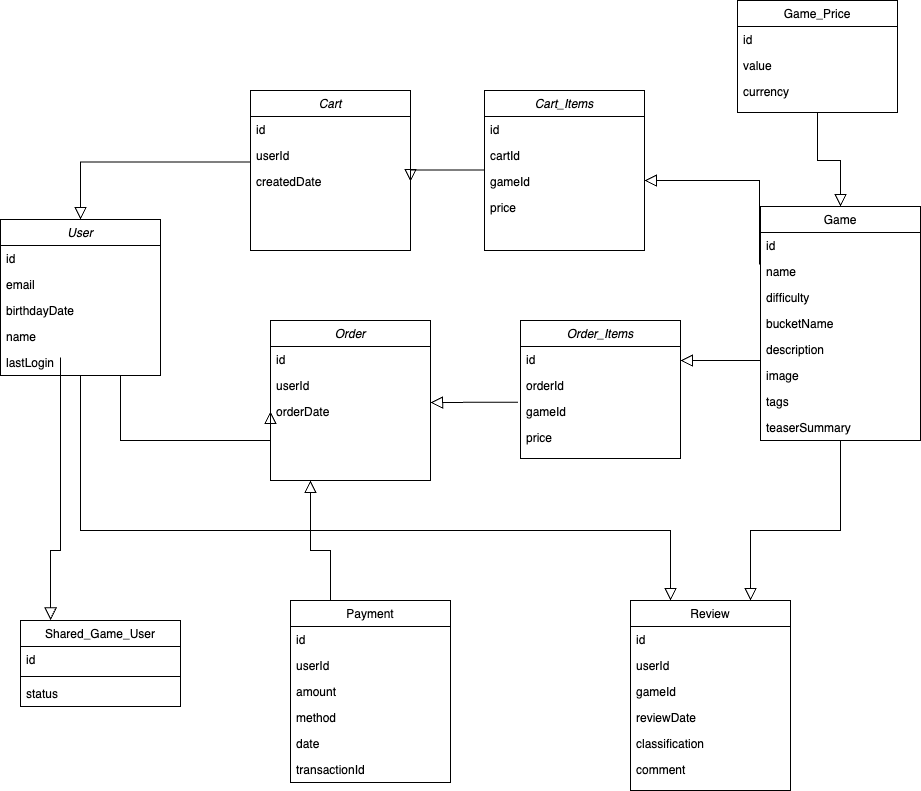
Above: main_db.drawio.png in tomasferreiradesa/desarquivados-platform-db-schema (draw.io), before the change. Source tidied: cells renumbered, new cells last; positions are measured from the earlier drawing's top-left corner, leaving out a move shared by most shapes.
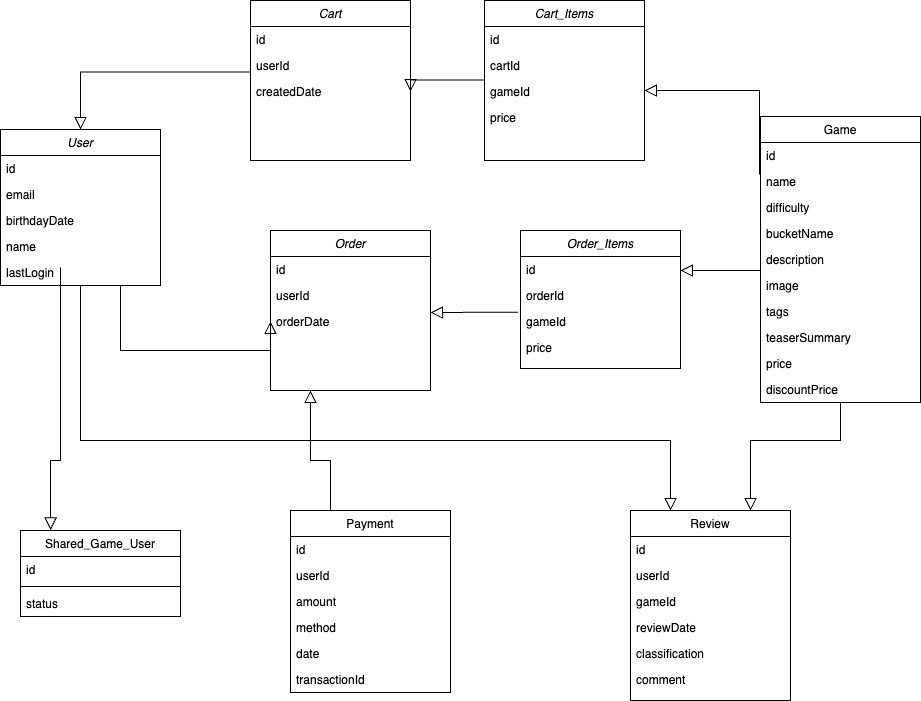
The same diagram one commit later.

Change to the diagram source:
```diff
@@ -43,7 +43,7 @@
       </mxGeometry>
     </mxCell>
     <mxCell id="14" value="Game" style="swimlane;fontStyle=0;align=center;verticalAlign=top;horizontal=1;startSize=26;rounded=0;shadow=0;strokeWidth=1;" parent="1" vertex="1">
-      <mxGeometry x="760" y="206" width="160" height="234" as="geometry" />
+      <mxGeometry x="760" y="206" width="160" height="286" as="geometry" />
     </mxCell>
     <mxCell id="15" value="id" style="text;align=left;verticalAlign=top;spacingLeft=4;spacingRight=4;overflow=hidden;" parent="14" vertex="1">
       <mxGeometry y="26" width="160" height="26" as="geometry" />
@@ -69,18 +69,12 @@
     <mxCell id="22" value="teaserSummary" style="text;align=left;verticalAlign=top;spacingLeft=4;spacingRight=4;overflow=hidden;rounded=0;shadow=0;html=0;" parent="14" vertex="1">
       <mxGeometry y="208" width="160" height="26" as="geometry" />
     </mxCell>
-    <mxCell id="23" value="Game_Price" style="swimlane;fontStyle=0;align=center;verticalAlign=top;horizontal=1;startSize=26;rounded=0;shadow=0;strokeWidth=1;" parent="1" vertex="1">
-      <mxGeometry x="737" width="160" height="112" as="geometry" />
-    </mxCell>
-    <mxCell id="24" value="id" style="text;align=left;verticalAlign=top;spacingLeft=4;spacingRight=4;overflow=hidden;" parent="23" vertex="1">
-      <mxGeometry y="26" width="160" height="26" as="geometry" />
-    </mxCell>
-    <mxCell id="25" value="value" style="text;align=left;verticalAlign=top;spacingLeft=4;spacingRight=4;overflow=hidden;" parent="23" vertex="1">
-      <mxGeometry y="52" width="160" height="26" as="geometry" />
-    </mxCell>
-    <mxCell id="26" value="currency" style="text;align=left;verticalAlign=top;spacingLeft=4;spacingRight=4;overflow=hidden;" parent="23" vertex="1">
-      <mxGeometry y="78" width="160" height="26" as="geometry" />
-    </mxCell>
+    <mxCell id="68" value="price" style="text;align=left;verticalAlign=top;spacingLeft=4;spacingRight=4;overflow=hidden;rounded=0;shadow=0;html=0;" parent="14" vertex="1">
+      <mxGeometry y="234" width="160" height="26" as="geometry" />
+    </mxCell>
+    <mxCell id="69" value="discountPrice" style="text;align=left;verticalAlign=top;spacingLeft=4;spacingRight=4;overflow=hidden;rounded=0;shadow=0;html=0;" parent="14" vertex="1">
+      <mxGeometry y="260" width="160" height="26" as="geometry" />
+    </mxCell>
     <mxCell id="27" value="Shared_Game_User" style="swimlane;fontStyle=0;align=center;verticalAlign=top;horizontal=1;startSize=26;rounded=0;shadow=0;strokeWidth=1;" parent="1" vertex="1">
       <mxGeometry x="20" y="620" width="160" height="86" as="geometry" />
     </mxCell>
@@ -93,13 +87,6 @@
     <mxCell id="30" value="status" style="text;align=left;verticalAlign=top;spacingLeft=4;spacingRight=4;overflow=hidden;" parent="27" vertex="1">
       <mxGeometry y="60" width="160" height="26" as="geometry" />
     </mxCell>
-    <mxCell id="31" style="endArrow=block;endSize=10;endFill=0;shadow=0;strokeWidth=1;rounded=0;edgeStyle=elbowEdgeStyle;elbow=vertical;entryX=0.5;entryY=0;entryDx=0;entryDy=0;exitX=0.5;exitY=1;exitDx=0;exitDy=0;" parent="1" edge="1" source="23" target="14">
-      <mxGeometry relative="1" as="geometry">
-        <Array as="points">
-          <mxPoint x="810" y="160" />
-        </Array>
-      </mxGeometry>
-    </mxCell>
     <mxCell id="32" style="endArrow=block;endSize=10;endFill=0;shadow=0;strokeWidth=1;rounded=0;edgeStyle=elbowEdgeStyle;elbow=vertical;entryX=0.25;entryY=1;entryDx=0;entryDy=0;exitX=0.25;exitY=0;exitDx=0;exitDy=0;" parent="1" edge="1" source="49" target="2">
       <mxGeometry relative="1" as="geometry">
         <Array as="points">
```
